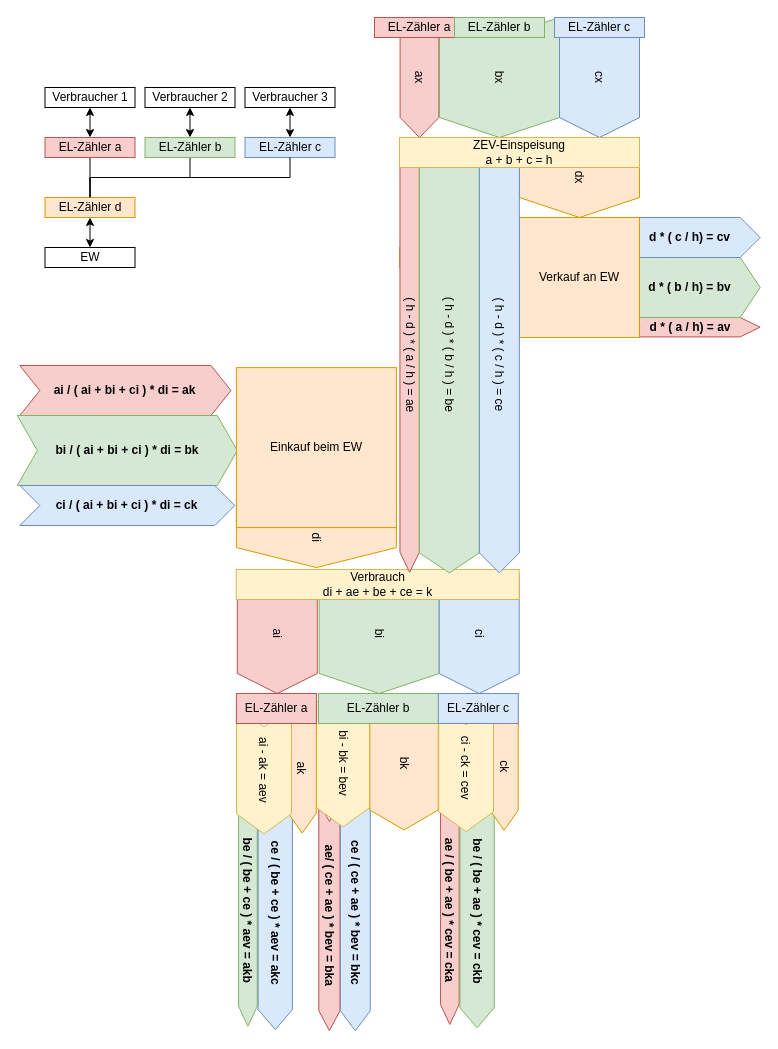
Earlier version of the draw.io diagram Doc/ZEV-Energierechnung.drawio (SamHi247/OpenZEV). Source tidied: cells renumbered, new cells numbered last; positions are measured from the earlier drawing's top-left corner, leaving out a move shared by most shapes. Both pictures are drawn from the tidied source at 100%, with x=0, y=0 at pixel (17, 17).
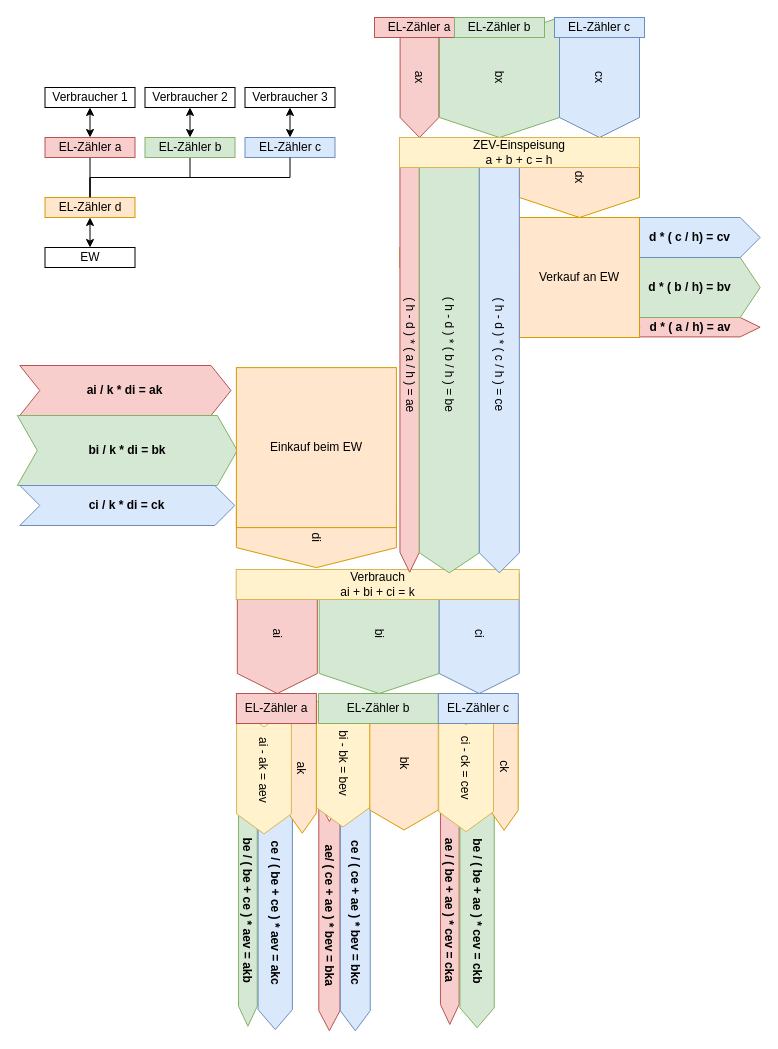
The same diagram, later.

Diff of the diagram source:
```diff
@@
-    <mxCell id="5" value="ai / ( ai + bi + ci ) * di = ak" style="shape=step;perimeter=stepPerimeter;whiteSpace=wrap;html=1;fixedSize=1;rotation=0;fillColor=#f8cecc;strokeColor=#b85450;fontStyle=1;" parent="1" vertex="1">
+    <mxCell id="5" value="ai / k * di = ak" style="shape=step;perimeter=stepPerimeter;whiteSpace=wrap;html=1;fixedSize=1;rotation=0;fillColor=#f8cecc;strokeColor=#b85450;fontStyle=1;" parent="1" vertex="1">
       <mxGeometry x="2.3" y="348" width="211.2" height="50" as="geometry" />
     </mxCell>
-    <mxCell id="6" value="bi / ( ai + bi + ci ) * di = bk" style="shape=step;perimeter=stepPerimeter;whiteSpace=wrap;html=1;fixedSize=1;rotation=0;fillColor=#d5e8d4;strokeColor=#82b366;fontStyle=1;" parent="1" vertex="1">
+    <mxCell id="6" value="bi / k * di = bk" style="shape=step;perimeter=stepPerimeter;whiteSpace=wrap;html=1;fixedSize=1;rotation=0;fillColor=#d5e8d4;strokeColor=#82b366;fontStyle=1;" parent="1" vertex="1">
       <mxGeometry x="-0.2" y="398" width="220" height="70" as="geometry" />
     </mxCell>
-    <mxCell id="7" value="ci / ( ai + bi + ci ) * di = ck" style="shape=step;perimeter=stepPerimeter;whiteSpace=wrap;html=1;fixedSize=1;rotation=0;fillColor=#dae8fc;strokeColor=#6c8ebf;fontStyle=1;" parent="1" vertex="1">
+    <mxCell id="7" value="ci / k * di = ck" style="shape=step;perimeter=stepPerimeter;whiteSpace=wrap;html=1;fixedSize=1;rotation=0;fillColor=#dae8fc;strokeColor=#6c8ebf;fontStyle=1;" parent="1" vertex="1">
       <mxGeometry x="2.3" y="468" width="215" height="40" as="geometry" />
     </mxCell>
@@
-    <mxCell id="47" value="&lt;div&gt;Verbrauch&lt;/div&gt;&lt;div&gt;di + ae + be + ce = k&lt;/div&gt;" style="rounded=0;whiteSpace=wrap;html=1;fillColor=#fff2cc;strokeColor=#d6b656;" parent="1" vertex="1">
+    <mxCell id="47" value="&lt;div&gt;Verbrauch&lt;/div&gt;&lt;div&gt;ai + bi + ci = k&lt;/div&gt;" style="rounded=0;whiteSpace=wrap;html=1;fillColor=#fff2cc;strokeColor=#d6b656;" parent="1" vertex="1">
       <mxGeometry x="218.7" y="552" width="283" height="30" as="geometry" />
     </mxCell>
```
